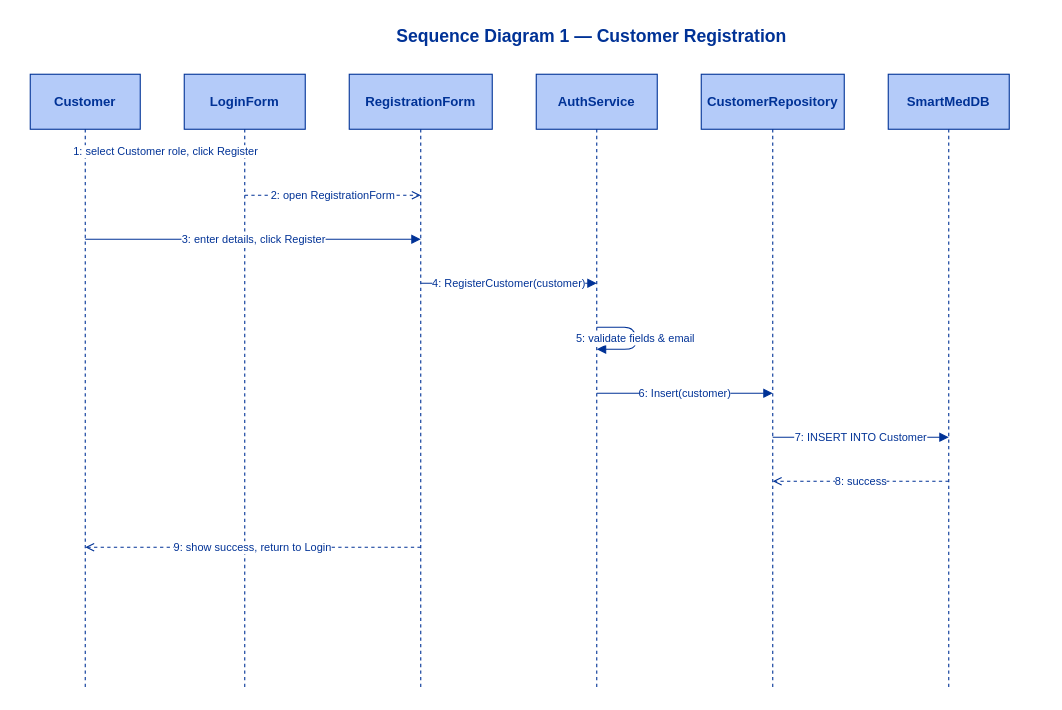
Above: page "SD1 - Customer Registration" (1 of 3) of Docs/Diagrams/Sequence.drawio in MNSBaanu/SmartMed (draw.io), before the change. Source tidied: cells renumbered, new cells numbered last; positions are measured from the earlier drawing's top-left corner, leaving out a move shared by most shapes. Both pictures are drawn from the tidied source at 110%, with x=0, y=0 at pixel (30, 19).
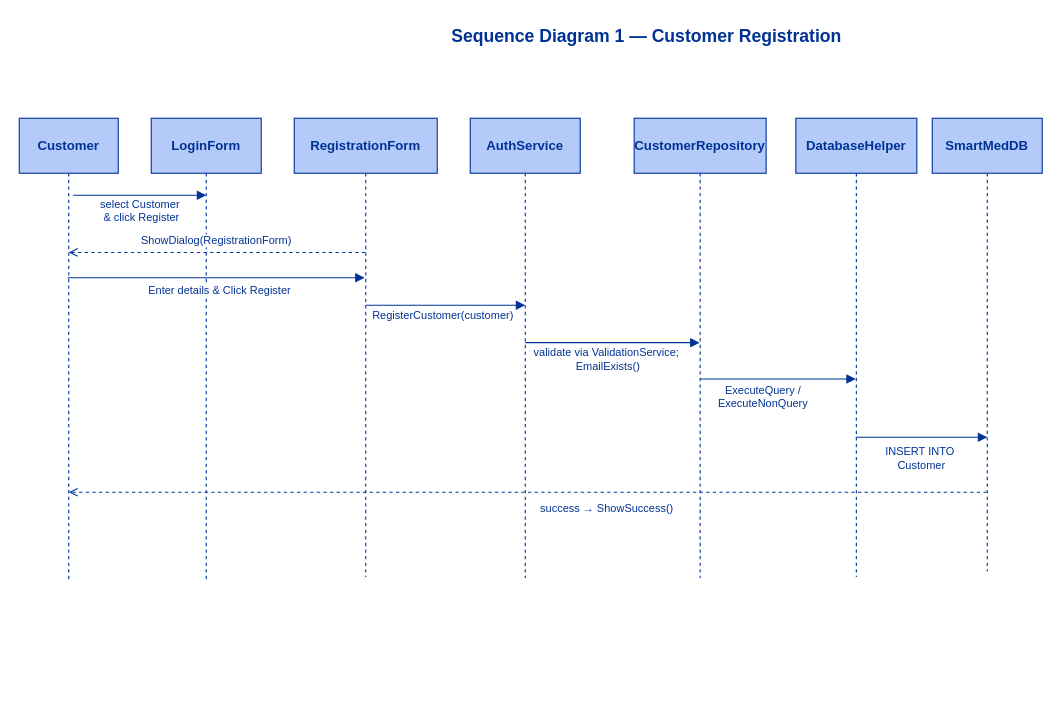
After the change.

What changed in the source:
```diff
@@
     <mxCell id="2" value="Sequence Diagram 1 — Customer Registration" style="text;html=1;strokeColor=none;fillColor=none;align=center;verticalAlign=middle;fontFamily=Helvetica;fontColor=#003296;fontSize=16;fontStyle=1;" parent="1" vertex="1">
-      <mxGeometry x="260" width="500" height="30" as="geometry" />
+      <mxGeometry x="310" width="500" height="30" as="geometry" />
     </mxCell>
     <mxCell id="3" value="Customer" style="shape=umlLifeline;perimeter=lifelinePerimeter;whiteSpace=wrap;html=1;strokeColor=#003296;fillColor=#B4CBF9;fontColor=#003296;fontStyle=1;fontFamily=Helvetica;size=50;" parent="1" vertex="1">
-      <mxGeometry y="50" width="100" height="560" as="geometry" />
+      <mxGeometry x="-10" y="90" width="90" height="421" as="geometry" />
     </mxCell>
     <mxCell id="4" value="LoginForm" style="shape=umlLifeline;perimeter=lifelinePerimeter;whiteSpace=wrap;html=1;strokeColor=#003296;fillColor=#B4CBF9;fontColor=#003296;fontStyle=1;fontFamily=Helvetica;size=50;" parent="1" vertex="1">
-      <mxGeometry x="140" y="50" width="110" height="560" as="geometry" />
+      <mxGeometry x="110" y="90" width="100" height="419" as="geometry" />
     </mxCell>
+    <mxCell id="11" value="Enter details &amp;amp; Click Register" style="endArrow=block;html=1;strokeColor=#003296;fontFamily=Helvetica;fontColor=#003296;fontSize=10;labelBackgroundColor=#ffffff;" parent="4" edge="1">
+      <mxGeometry x="0.02" y="-11" relative="1" as="geometry">
+        <mxPoint x="-76" y="145" as="sourcePoint" />
+        <mxPoint x="194" y="145" as="targetPoint" />
+      </mxGeometry>
+    </mxCell>
     <mxCell id="5" value="RegistrationForm" style="shape=umlLifeline;perimeter=lifelinePerimeter;whiteSpace=wrap;html=1;strokeColor=#003296;fillColor=#B4CBF9;fontColor=#003296;fontStyle=1;fontFamily=Helvetica;size=50;" parent="1" vertex="1">
-      <mxGeometry x="290" y="50" width="130" height="560" as="geometry" />
+      <mxGeometry x="240" y="90" width="130" height="417" as="geometry" />
     </mxCell>
     <mxCell id="6" value="AuthService" style="shape=umlLifeline;perimeter=lifelinePerimeter;whiteSpace=wrap;html=1;strokeColor=#003296;fillColor=#B4CBF9;fontColor=#003296;fontStyle=1;fontFamily=Helvetica;size=50;" parent="1" vertex="1">
-      <mxGeometry x="460" y="50" width="110" height="560" as="geometry" />
+      <mxGeometry x="400" y="90" width="100" height="418" as="geometry" />
     </mxCell>
     <mxCell id="7" value="CustomerRepository" style="shape=umlLifeline;perimeter=lifelinePerimeter;whiteSpace=wrap;html=1;outlineConnect=0;portConstraint=eastwest;strokeColor=#003296;fillColor=#B4CBF9;fontColor=#003296;fontStyle=1;fontFamily=Helvetica;size=50;" parent="1" vertex="1">
-      <mxGeometry x="610" y="50" width="130" height="560" as="geometry" />
+      <mxGeometry x="549" y="90" width="120" height="418" as="geometry" />
     </mxCell>
+    <mxCell id="18" value="DatabaseHelper" style="shape=umlLifeline;perimeter=lifelinePerimeter;whiteSpace=wrap;html=1;outlineConnect=0;portConstraint=eastwest;strokeColor=#003296;fillColor=#B4CBF9;fontColor=#003296;fontStyle=1;fontFamily=Helvetica;size=50;" parent="1" vertex="1">
+      <mxGeometry x="696" y="90" width="110" height="417" as="geometry" />
+    </mxCell>
     <mxCell id="8" value="SmartMedDB" style="shape=umlLifeline;perimeter=lifelinePerimeter;whiteSpace=wrap;html=1;outlineConnect=0;portConstraint=eastwest;strokeColor=#003296;fillColor=#B4CBF9;fontColor=#003296;fontStyle=1;fontFamily=Helvetica;size=50;" parent="1" vertex="1">
-      <mxGeometry x="780" y="50" width="110" height="560" as="geometry" />
+      <mxGeometry x="820" y="90" width="100" height="412" as="geometry" />
     </mxCell>
-    <mxCell id="9" value="1: select Customer role, click Register" style="endArrow=block;html=1;strokeColor=#003296;fontFamily=Helvetica;fontColor=#003296;fontSize=10;labelBackgroundColor=#ffffff;" parent="1" edge="1">
-      <mxGeometry relative="1" as="geometry">
-        <mxPoint x="50" y="120" as="sourcePoint" />
-        <mxPoint x="195" y="120" as="targetPoint" />
+    <mxCell id="9" value="select Customer&amp;nbsp;&lt;div&gt;&amp;amp; click Register&lt;/div&gt;" style="endArrow=block;html=1;strokeColor=#003296;fontFamily=Helvetica;fontColor=#003296;fontSize=10;labelBackgroundColor=#ffffff;" parent="1" edge="1">
+      <mxGeometry x="0.02" y="-14" relative="1" as="geometry">
+        <mxPoint x="39" y="160" as="sourcePoint" />
+        <mxPoint x="160" y="160" as="targetPoint" />
       </mxGeometry>
     </mxCell>
-    <mxCell id="10" value="2: open RegistrationForm" style="endArrow=open;html=1;strokeColor=#003296;dashed=1;fontFamily=Helvetica;fontColor=#003296;fontSize=10;labelBackgroundColor=#ffffff;" parent="1" edge="1">
-      <mxGeometry relative="1" as="geometry">
-        <mxPoint x="195" y="160" as="sourcePoint" />
-        <mxPoint x="355" y="160" as="targetPoint" />
-      </mxGeometry>
-    </mxCell>
-    <mxCell id="11" value="3: enter details, click Register" style="endArrow=block;html=1;strokeColor=#003296;fontFamily=Helvetica;fontColor=#003296;fontSize=10;labelBackgroundColor=#ffffff;" parent="1" edge="1">
-      <mxGeometry relative="1" as="geometry">
-        <mxPoint x="50" y="200" as="sourcePoint" />
-        <mxPoint x="355" y="200" as="targetPoint" />
-      </mxGeometry>
-    </mxCell>
-    <mxCell id="12" value="4: RegisterCustomer(customer)" style="endArrow=block;html=1;strokeColor=#003296;fontFamily=Helvetica;fontColor=#003296;fontSize=10;labelBackgroundColor=#ffffff;" parent="1" edge="1">
-      <mxGeometry relative="1" as="geometry">
-        <mxPoint x="355" y="240" as="sourcePoint" />
-        <mxPoint x="515" y="240" as="targetPoint" />
+    <mxCell id="12" value="RegisterCustomer(customer)" style="endArrow=block;html=1;strokeColor=#003296;fontFamily=Helvetica;fontColor=#003296;fontSize=10;labelBackgroundColor=#ffffff;" parent="1" edge="1">
+      <mxGeometry x="-0.03" y="-9" relative="1" as="geometry">
+        <mxPoint x="305" y="260" as="sourcePoint" />
+        <mxPoint x="450" y="260" as="targetPoint" />
       </mxGeometry>
     </mxCell>
-    <mxCell id="13" value="5: validate fields &amp; email" style="endArrow=block;html=1;strokeColor=#003296;fontFamily=Helvetica;fontColor=#003296;fontSize=10;labelBackgroundColor=#ffffff;edgeStyle=orthogonalEdgeStyle;" parent="1" edge="1">
-      <mxGeometry relative="1" as="geometry">
-        <mxPoint x="515" y="280" as="sourcePoint" />
-        <mxPoint x="515" y="300" as="targetPoint" />
+    <mxCell id="13" value="validate via&amp;nbsp;&lt;span style=&quot;background-color: light-dark(rgb(255, 255, 255), rgb(18, 18, 18)); color: light-dark(rgb(0, 50, 150), rgb(157, 200, 255));&quot;&gt;ValidationService;&amp;nbsp;&lt;/span&gt;&lt;div&gt;EmailExists()&lt;/div&gt;" style="endArrow=block;html=1;strokeColor=#003296;fontFamily=Helvetica;fontColor=#003296;fontSize=10;labelBackgroundColor=#ffffff;edgeStyle=orthogonalEdgeStyle;" parent="1" edge="1" target="7">
+      <mxGeometry x="-0.05" y="-15" relative="1" as="geometry">
+        <mxPoint x="450" y="294" as="sourcePoint" />
         <Array as="points">
-          <mxPoint x="550" y="280" />
-          <mxPoint x="550" y="300" />
+          <mxPoint x="555" y="294" />
+          <mxPoint x="555" y="294" />
         </Array>
       </mxGeometry>
     </mxCell>
-    <mxCell id="14" value="6: Insert(customer)" style="endArrow=block;html=1;strokeColor=#003296;fontFamily=Helvetica;fontColor=#003296;fontSize=10;labelBackgroundColor=#ffffff;" parent="1" edge="1">
-      <mxGeometry relative="1" as="geometry">
-        <mxPoint x="515" y="340" as="sourcePoint" />
-        <mxPoint x="675" y="340" as="targetPoint" />
+    <mxCell id="14" value="ExecuteQuery /&lt;div&gt;ExecuteNonQuery&lt;/div&gt;" style="endArrow=block;html=1;strokeColor=#003296;fontFamily=Helvetica;fontColor=#003296;fontSize=10;labelBackgroundColor=#ffffff;" parent="1" edge="1">
+      <mxGeometry x="-0.19" y="-16" relative="1" as="geometry">
+        <mxPoint x="609" y="327" as="sourcePoint" />
+        <mxPoint x="750.5" y="327" as="targetPoint" />
       </mxGeometry>
     </mxCell>
-    <mxCell id="15" value="7: INSERT INTO Customer" style="endArrow=block;html=1;strokeColor=#003296;fontFamily=Helvetica;fontColor=#003296;fontSize=10;labelBackgroundColor=#ffffff;" parent="1" edge="1">
-      <mxGeometry relative="1" as="geometry">
-        <mxPoint x="675" y="380" as="sourcePoint" />
-        <mxPoint x="835" y="380" as="targetPoint" />
+    <mxCell id="15" value="INSERT INTO&amp;nbsp;&lt;div&gt;Customer&lt;/div&gt;" style="endArrow=block;html=1;strokeColor=#003296;fontFamily=Helvetica;fontColor=#003296;fontSize=10;labelBackgroundColor=#ffffff;" parent="1" edge="1" source="18">
+      <mxGeometry x="-0.01" y="-19" relative="1" as="geometry">
+        <mxPoint x="870" y="380" as="targetPoint" />
       </mxGeometry>
     </mxCell>
-    <mxCell id="16" value="8: success" style="endArrow=open;html=1;strokeColor=#003296;dashed=1;fontFamily=Helvetica;fontColor=#003296;fontSize=10;labelBackgroundColor=#ffffff;" parent="1" edge="1">
-      <mxGeometry relative="1" as="geometry">
-        <mxPoint x="835" y="420" as="sourcePoint" />
-        <mxPoint x="675" y="420" as="targetPoint" />
+    <mxCell id="16" value="success → ShowSuccess()" style="endArrow=open;html=1;strokeColor=#003296;dashed=1;fontFamily=Helvetica;fontColor=#003296;fontSize=10;labelBackgroundColor=#ffffff;" parent="1" edge="1" source="8">
+      <mxGeometry x="-0.17" y="14" relative="1" as="geometry">
+        <mxPoint x="35" y="430" as="targetPoint" />
       </mxGeometry>
     </mxCell>
-    <mxCell id="17" value="9: show success, return to Login" style="endArrow=open;html=1;strokeColor=#003296;dashed=1;fontFamily=Helvetica;fontColor=#003296;fontSize=10;labelBackgroundColor=#ffffff;" parent="1" edge="1">
-      <mxGeometry relative="1" as="geometry">
-        <mxPoint x="355" y="480" as="sourcePoint" />
-        <mxPoint x="50" y="480" as="targetPoint" />
-      </mxGeometry>
-    </mxCell>
+    <mxCell id="10" value="ShowDialog(RegistrationForm)" style="endArrow=open;html=1;strokeColor=#003296;dashed=1;fontFamily=Helvetica;fontColor=#003296;fontSize=10;labelBackgroundColor=#ffffff;" parent="1" edge="1">
+      <mxGeometry x="0.01" y="-11" relative="1" as="geometry">
+        <mxPoint x="304.5" y="212" as="sourcePoint" />
+        <mxPoint x="35" y="212" as="targetPoint" />
+      </mxGeometry>
+    </mxCell>
```
